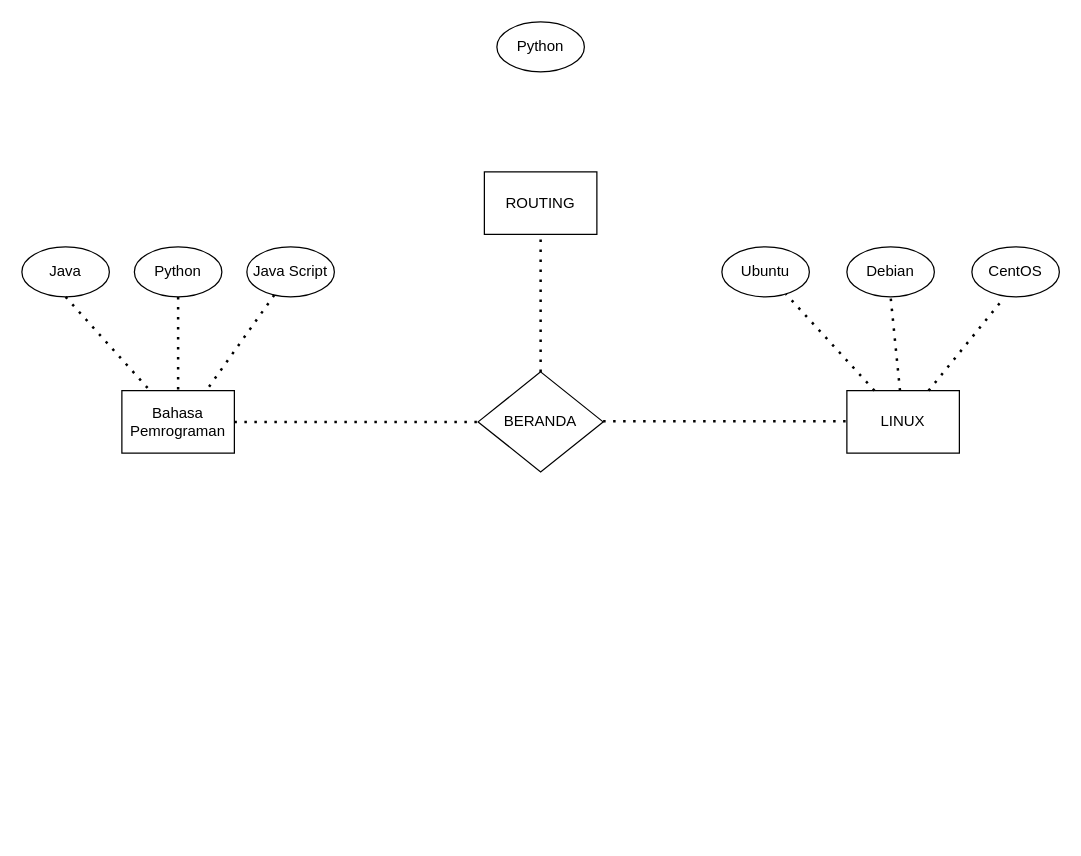
The draw.io diagram Untitled Diagram.drawio in prajadiputra22/darmawansp.github.io, before the edit. Source tidied: cells renumbered, new cells numbered last; positions are measured from the earlier drawing's top-left corner, leaving out a move shared by most shapes. Both pictures are drawn from the tidied source at 125%, with x=0, y=0 at pixel (21, 21).
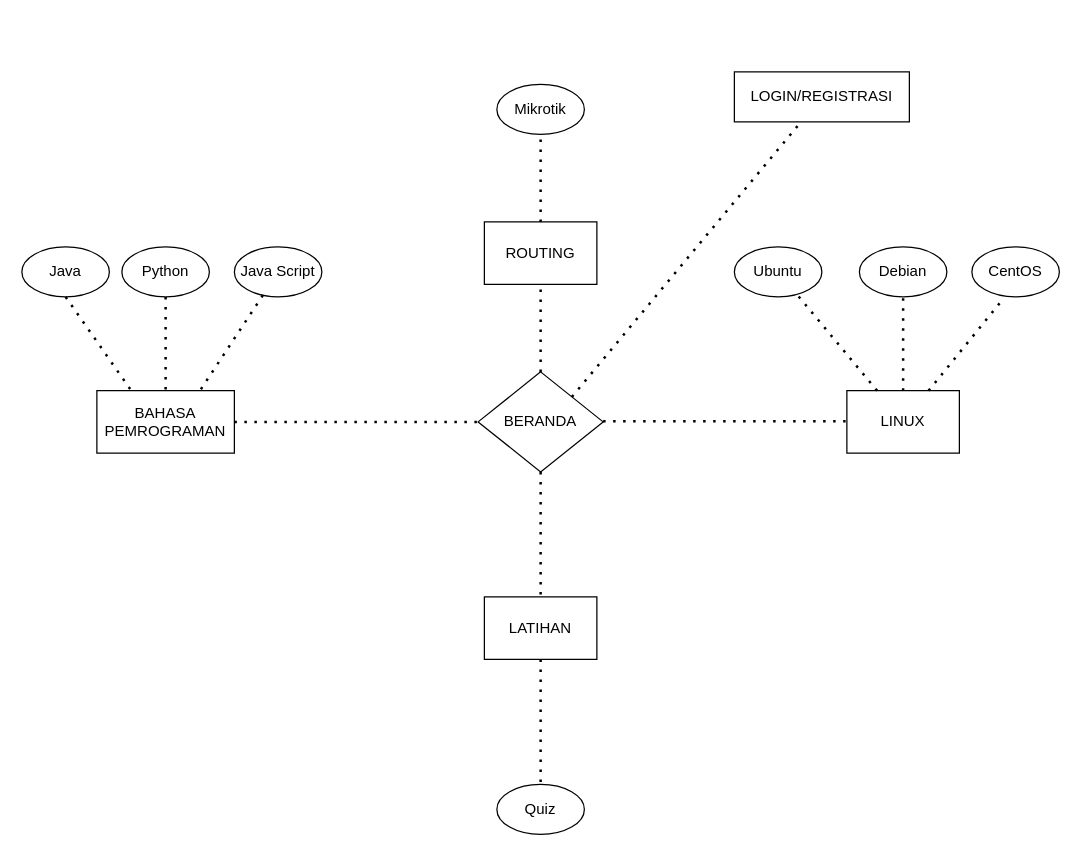
The same diagram, later.

Unchanged cells that the change refers to:
```xml
<mxCell id="2" value="BERANDA" style="rhombus;whiteSpace=wrap;html=1;" parent="1" vertex="1">
  <mxGeometry x="365" y="280" width="100" height="80" as="geometry" />
</mxCell>
```

The edit, as a diff of the source:
```diff
@@
-    <mxCell id="3" value="Bahasa Pemrograman" style="rounded=0;whiteSpace=wrap;html=1;" parent="1" vertex="1">
-      <mxGeometry x="80" y="295" width="90" height="50" as="geometry" />
+    <mxCell id="3" value="BAHASA PEMROGRAMAN" style="rounded=0;whiteSpace=wrap;html=1;" parent="1" vertex="1">
+      <mxGeometry x="60" y="295" width="110" height="50" as="geometry" />
     </mxCell>
@@
     <mxCell id="6" value="Python" style="ellipse;whiteSpace=wrap;html=1;" parent="1" vertex="1">
-      <mxGeometry x="90" y="180" width="70" height="40" as="geometry" />
+      <mxGeometry x="80" y="180" width="70" height="40" as="geometry" />
     </mxCell>
     <mxCell id="7" value="Java Script" style="ellipse;whiteSpace=wrap;html=1;" parent="1" vertex="1">
-      <mxGeometry x="180" y="180" width="70" height="40" as="geometry" />
+      <mxGeometry x="170" y="180" width="70" height="40" as="geometry" />
     </mxCell>
@@
     <mxCell id="13" value="Debian" style="ellipse;whiteSpace=wrap;html=1;" parent="1" vertex="1">
-      <mxGeometry x="660" y="180" width="70" height="40" as="geometry" />
+      <mxGeometry x="670" y="180" width="70" height="40" as="geometry" />
     </mxCell>
     <mxCell id="14" value="Ubuntu" style="ellipse;whiteSpace=wrap;html=1;" parent="1" vertex="1">
-      <mxGeometry x="560" y="180" width="70" height="40" as="geometry" />
+      <mxGeometry x="570" y="180" width="70" height="40" as="geometry" />
     </mxCell>
@@
     <mxCell id="19" value="&lt;font style=&quot;font-size: 12px;&quot;&gt;ROUTING&lt;/font&gt;" style="rounded=0;whiteSpace=wrap;html=1;" parent="1" vertex="1">
-      <mxGeometry x="370" y="120" width="90" height="50" as="geometry" />
+      <mxGeometry x="370" y="160" width="90" height="50" as="geometry" />
     </mxCell>
@@
-    <mxCell id="21" value="Python" style="ellipse;whiteSpace=wrap;html=1;" parent="1" vertex="1">
-      <mxGeometry x="380" width="70" height="40" as="geometry" />
+    <mxCell id="21" value="Mikrotik" style="ellipse;whiteSpace=wrap;html=1;" parent="1" vertex="1">
+      <mxGeometry x="380" y="50" width="70" height="40" as="geometry" />
     </mxCell>
+    <mxCell id="22" style="endArrow=none;dashed=1;html=1;dashPattern=1 3;strokeWidth=2;rounded=0;exitX=0.5;exitY=0;exitDx=0;exitDy=0;entryX=0.5;entryY=1;entryDx=0;entryDy=0;" parent="1" edge="1" source="19" target="21">
+      <mxGeometry relative="1" as="geometry" />
+    </mxCell>
+    <mxCell id="23" value="LOGIN/REGISTRASI" style="rounded=0;whiteSpace=wrap;html=1;" parent="1" vertex="1">
+      <mxGeometry x="570" y="40" width="140" height="40" as="geometry" />
+    </mxCell>
+    <mxCell id="24" style="endArrow=none;dashed=1;html=1;dashPattern=1 3;strokeWidth=2;rounded=0;exitX=1;exitY=0;exitDx=0;exitDy=0;" parent="1" edge="1" source="2" target="23">
+      <mxGeometry relative="1" as="geometry" />
+    </mxCell>
+    <mxCell id="25" value="&lt;font style=&quot;font-size: 12px;&quot;&gt;LATIHAN&lt;/font&gt;" style="rounded=0;whiteSpace=wrap;html=1;" parent="1" vertex="1">
+      <mxGeometry x="370" y="460" width="90" height="50" as="geometry" />
+    </mxCell>
+    <mxCell id="26" style="endArrow=none;dashed=1;html=1;dashPattern=1 3;strokeWidth=2;rounded=0;exitX=0.5;exitY=1;exitDx=0;exitDy=0;entryX=0.5;entryY=0;entryDx=0;entryDy=0;" parent="1" edge="1" source="2" target="25">
+      <mxGeometry relative="1" as="geometry" />
+    </mxCell>
+    <mxCell id="27" value="Quiz" style="ellipse;whiteSpace=wrap;html=1;" parent="1" vertex="1">
+      <mxGeometry x="380" y="610" width="70" height="40" as="geometry" />
+    </mxCell>
+    <mxCell id="28" style="endArrow=none;dashed=1;html=1;dashPattern=1 3;strokeWidth=2;rounded=0;entryX=0.5;entryY=0;entryDx=0;entryDy=0;exitX=0.5;exitY=1;exitDx=0;exitDy=0;" parent="1" edge="1" source="25" target="27">
+      <mxGeometry relative="1" as="geometry" />
+    </mxCell>
```
